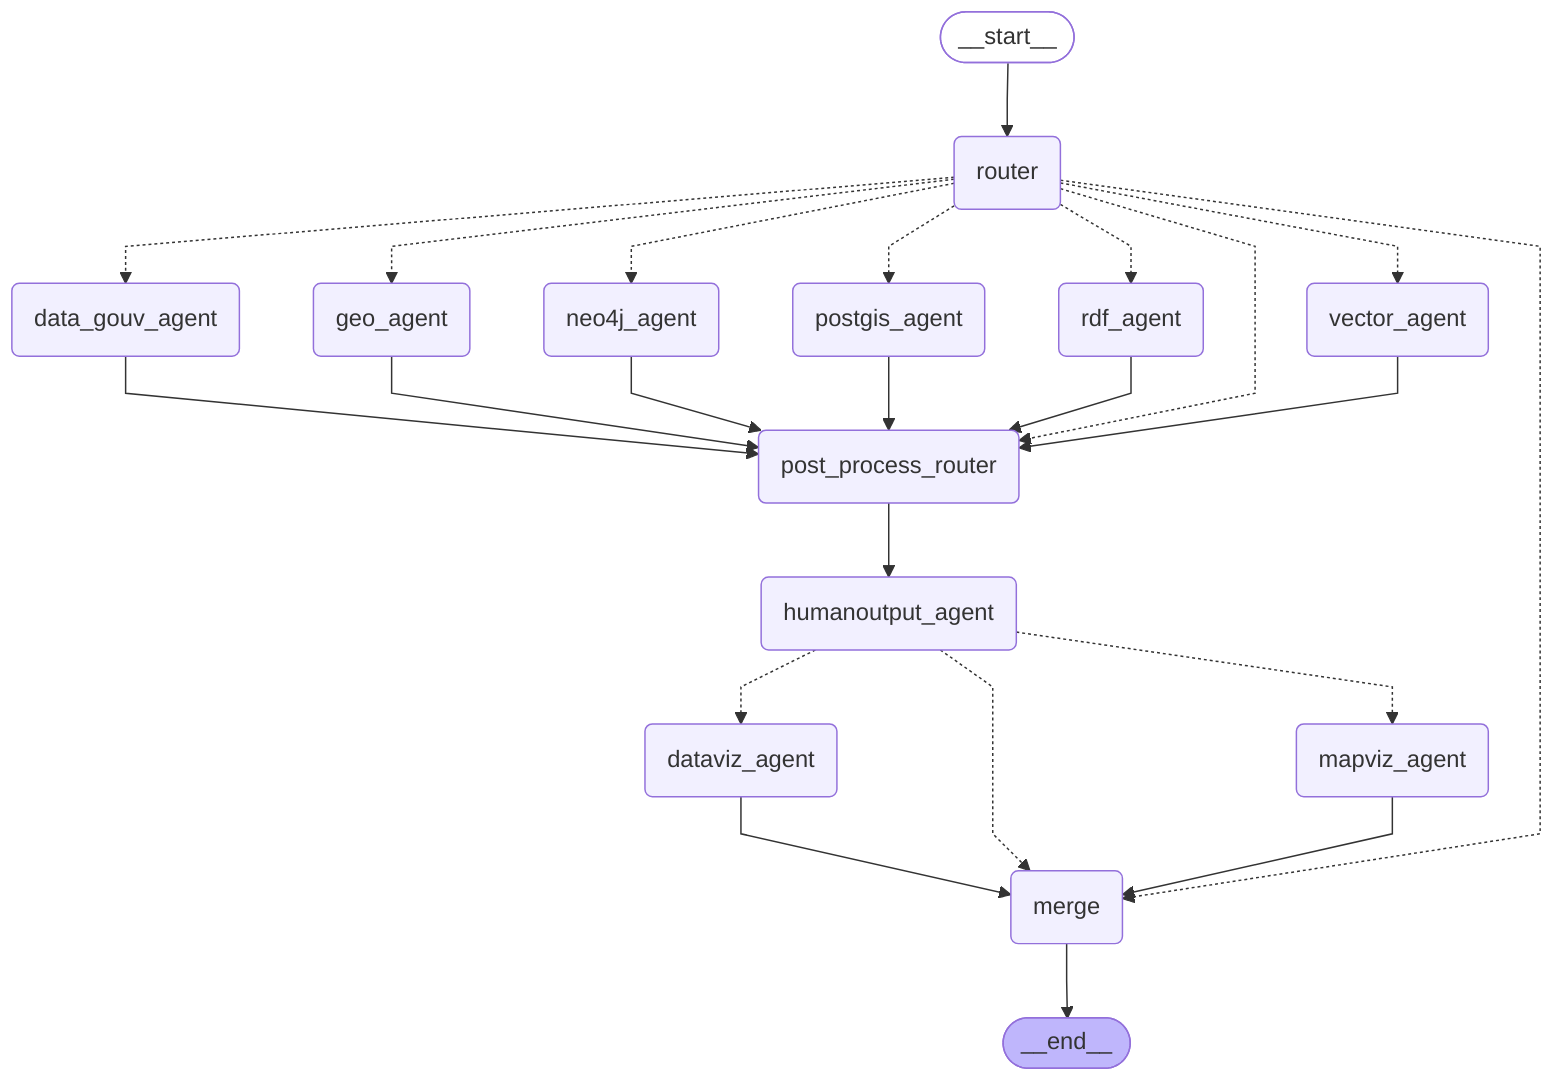
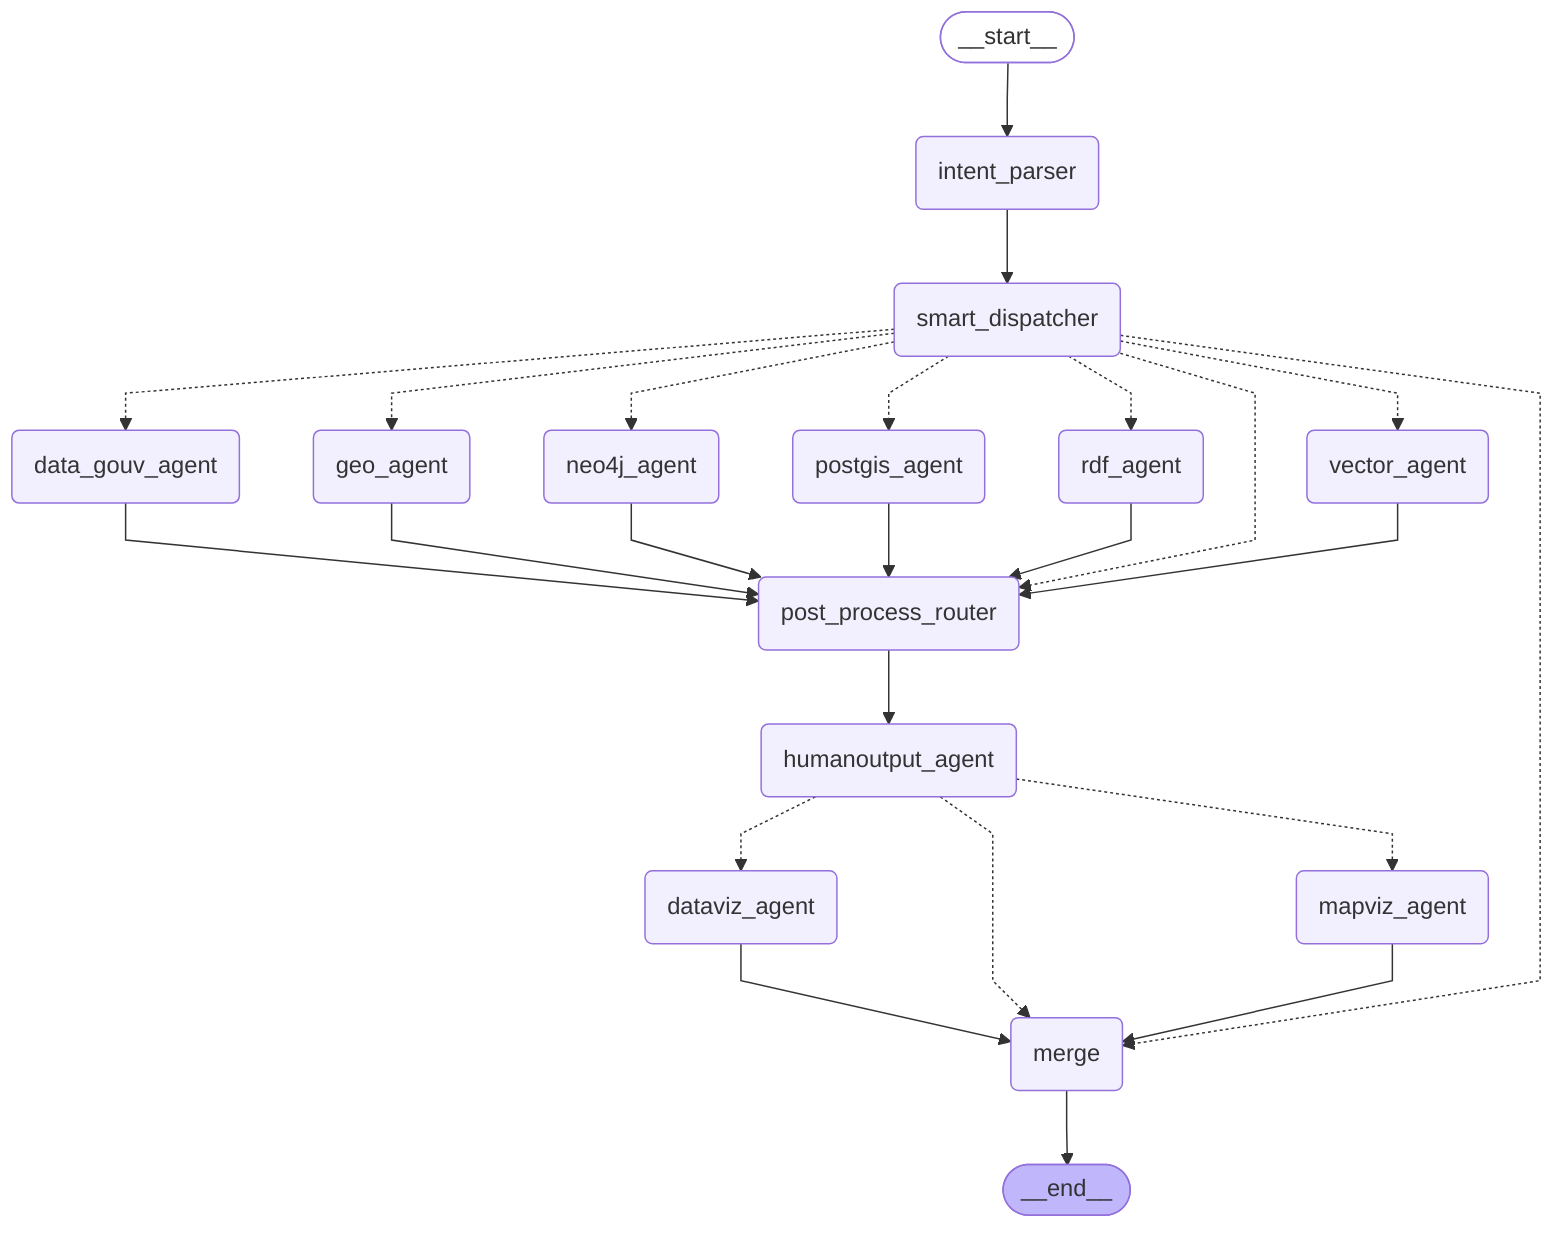
---
config:
  flowchart:
    curve: linear
---
graph TD;
	__start__([<p>__start__</p>]):::first
- 	router(router)
	merge(merge)
	post_process_router(post_process_router)
	mapviz_agent(mapviz_agent)
	dataviz_agent(dataviz_agent)
	humanoutput_agent(humanoutput_agent)
	neo4j_agent(neo4j_agent)
	rdf_agent(rdf_agent)
	vector_agent(vector_agent)
	postgis_agent(postgis_agent)
	data_gouv_agent(data_gouv_agent)
	geo_agent(geo_agent)
+ 	smart_dispatcher(smart_dispatcher)
+ 	intent_parser(intent_parser)
	__end__([<p>__end__</p>]):::last
- 	__start__ --> router;
+ 	__start__ --> intent_parser;
	data_gouv_agent --> post_process_router;
	dataviz_agent --> merge;
	geo_agent --> post_process_router;
	humanoutput_agent -.-> dataviz_agent;
	humanoutput_agent -.-> mapviz_agent;
	humanoutput_agent -.-> merge;
+ 	intent_parser --> smart_dispatcher;
	mapviz_agent --> merge;
	neo4j_agent --> post_process_router;
	post_process_router --> humanoutput_agent;
	postgis_agent --> post_process_router;
	rdf_agent --> post_process_router;
- 	router -.-> data_gouv_agent;
- 	router -.-> geo_agent;
- 	router -.-> merge;
- 	router -.-> neo4j_agent;
- 	router -.-> post_process_router;
- 	router -.-> postgis_agent;
- 	router -.-> rdf_agent;
- 	router -.-> vector_agent;
+ 	smart_dispatcher -.-> data_gouv_agent;
+ 	smart_dispatcher -.-> geo_agent;
+ 	smart_dispatcher -.-> merge;
+ 	smart_dispatcher -.-> neo4j_agent;
+ 	smart_dispatcher -.-> post_process_router;
+ 	smart_dispatcher -.-> postgis_agent;
+ 	smart_dispatcher -.-> rdf_agent;
+ 	smart_dispatcher -.-> vector_agent;
	vector_agent --> post_process_router;
	merge --> __end__;
	classDef default fill:#f2f0ff,line-height:1.2
	classDef first fill-opacity:0
	classDef last fill:#bfb6fc
